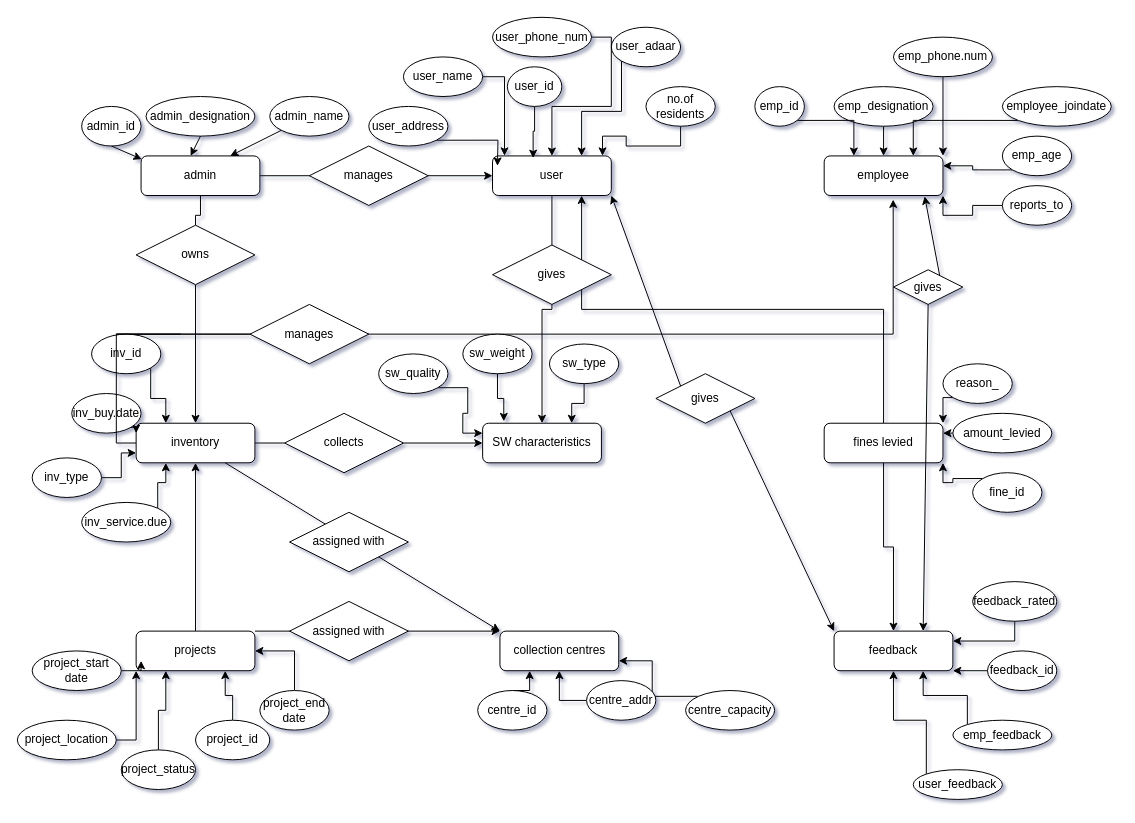
Earlier version of the draw.io diagram page "Page-1" (1 of 2) of Untitled Diagram.drawio (rahulb275/rahulb275). Source tidied: cells renumbered, new cells numbered last; positions are measured from the earlier drawing's top-left corner, leaving out a move shared by most shapes. Both pictures are drawn from the tidied source at 99%, with x=0, y=0 at pixel (17, 17).
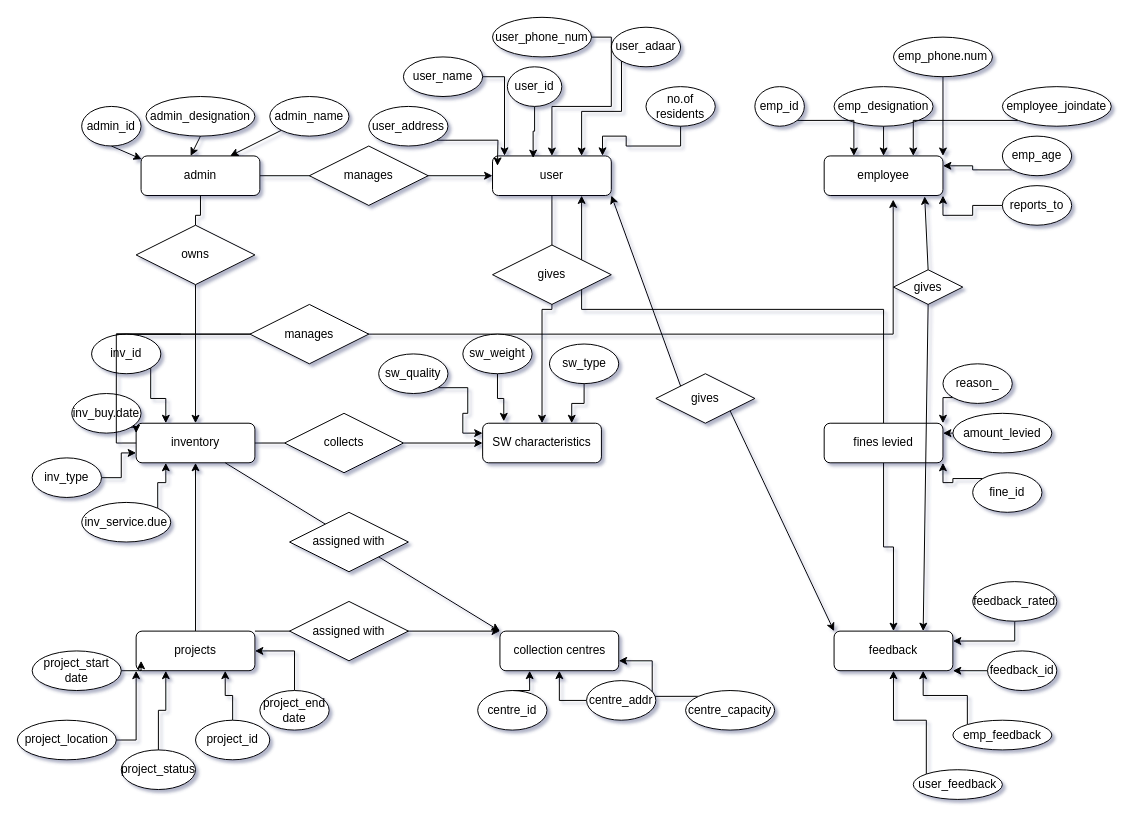
Above is the later version.

The change refers to these unchanged cells:
```xml
<mxCell id="7" value="employee" style="rounded=1;whiteSpace=wrap;html=1;" parent="1" vertex="1">
  <mxGeometry x="815" y="140" width="120" height="40" as="geometry" />
</mxCell>
<mxCell id="103" value="gives" style="shape=rhombus;perimeter=rhombusPerimeter;whiteSpace=wrap;html=1;align=center;" parent="1" vertex="1">
  <mxGeometry x="885" y="255" width="70" height="35" as="geometry" />
</mxCell>
```

The edit, as a diff of the source:
```diff
@@
-    <mxCell id="100" style="endArrow=classic;startArrow=none;html=1;rounded=0;exitX=0.75;exitY=0;exitDx=0;exitDy=0;entryX=0.846;entryY=1.02;entryDx=0;entryDy=0;entryPerimeter=0;" parent="1" edge="1" source="103" target="7">
+    <mxCell id="100" style="endArrow=classic;startArrow=none;html=1;rounded=0;entryX=0.846;entryY=1.02;entryDx=0;entryDy=0;entryPerimeter=0;exitX=0.5;exitY=0;exitDx=0;exitDy=0;" parent="1" edge="1" source="103" target="7">
       <mxGeometry relative="1" as="geometry" />
     </mxCell>
```
